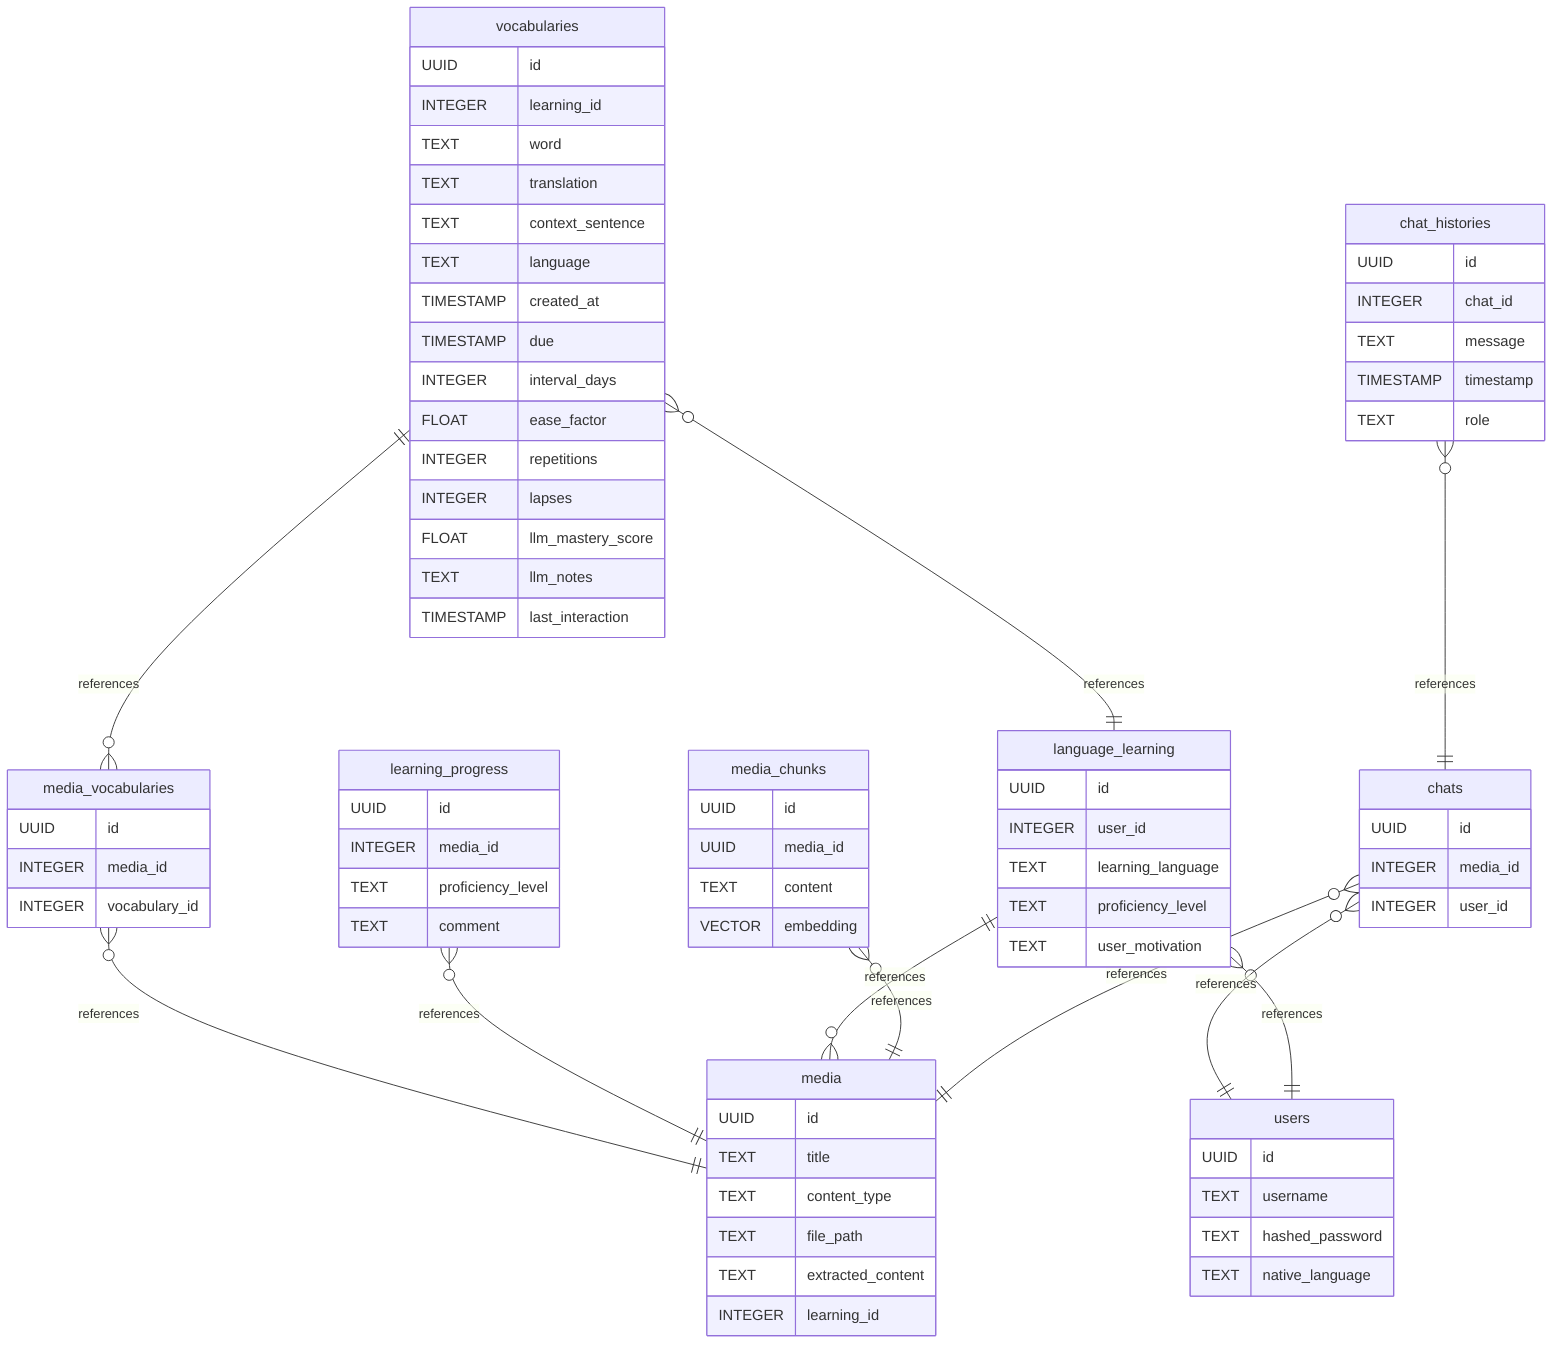
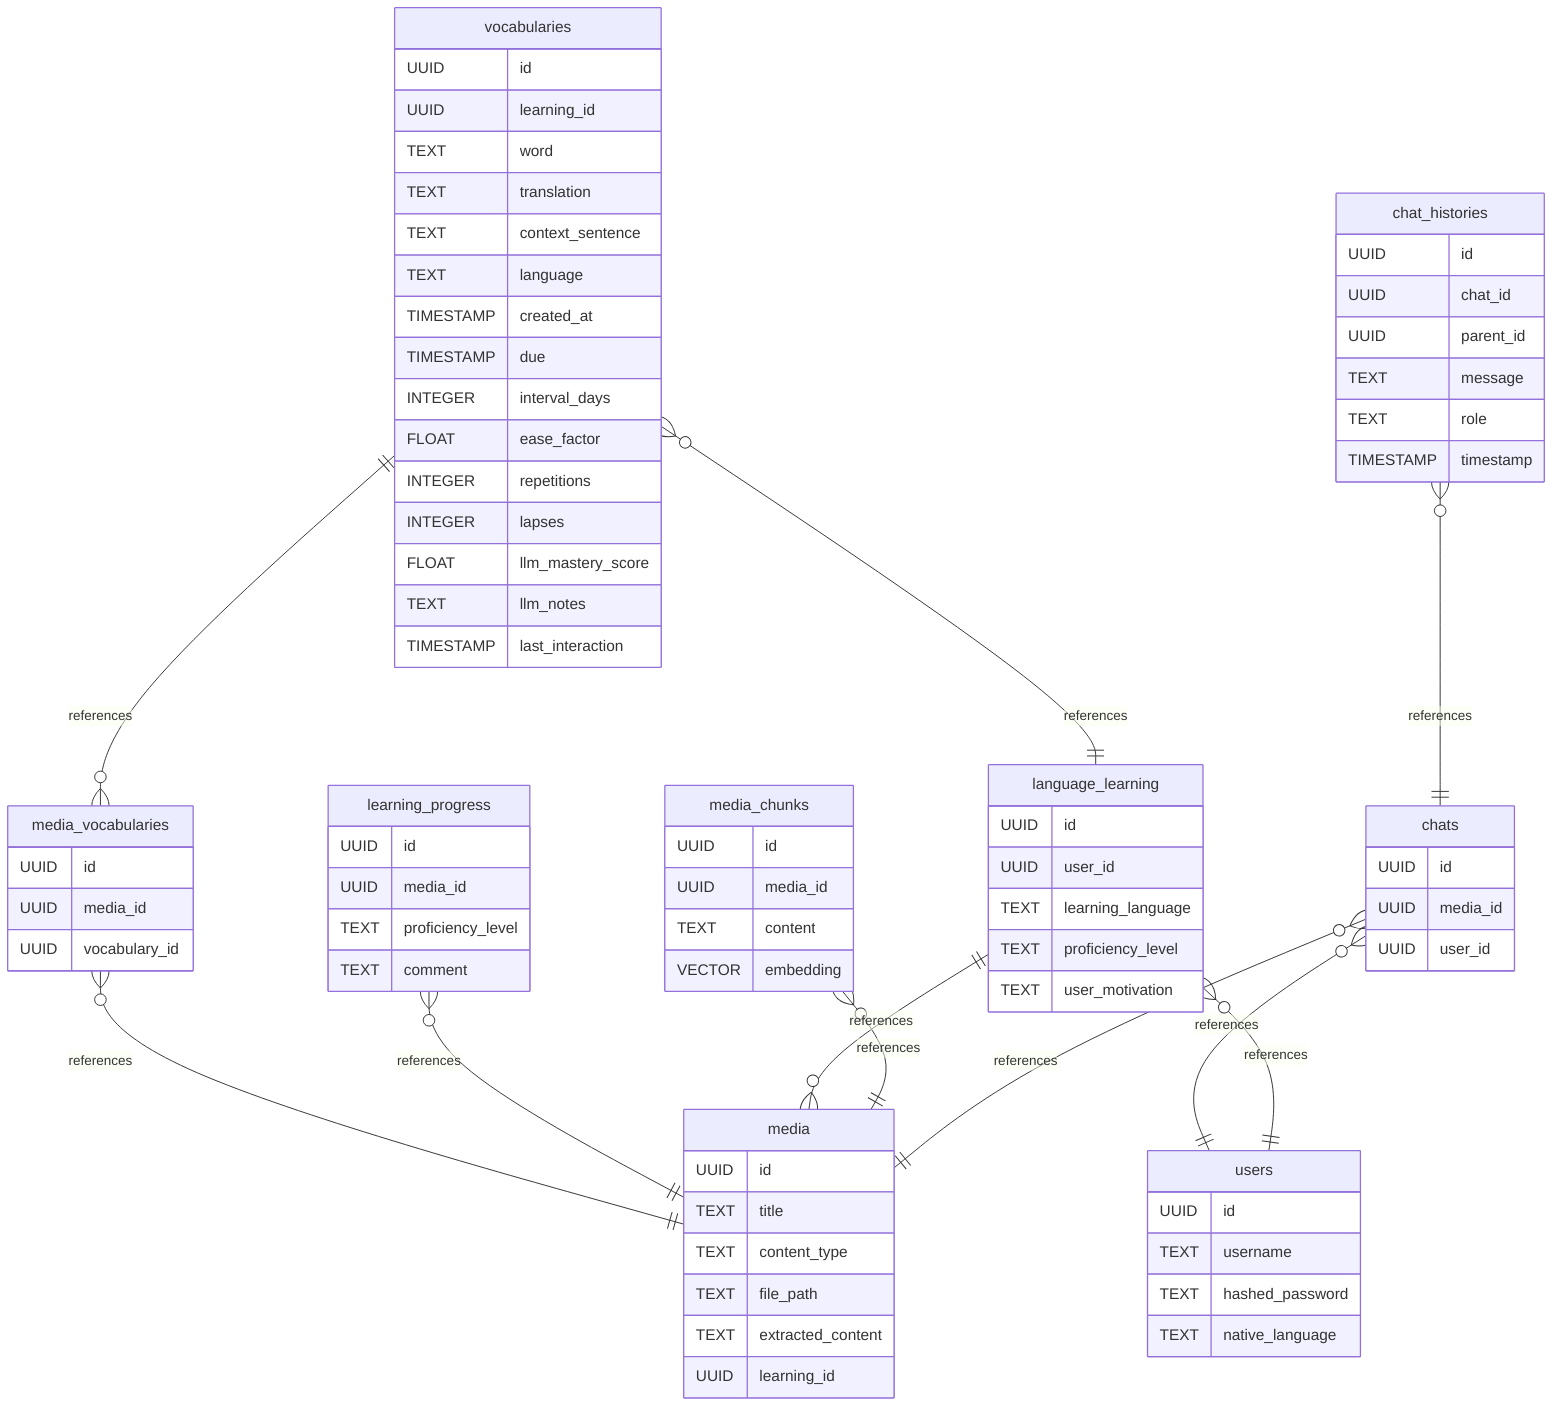
erDiagram
    chat_histories }o--|| chats: references
    chats }o--|| media: references
    media_chunks }o--|| media: references
    language_learning }o--|| users: references
    language_learning ||--o{ media: references
    learning_progress }o--|| media: references
    media_vocabularies }o--|| media: references
    vocabularies ||--o{ media_vocabularies: references
    vocabularies }o--|| language_learning: references
    chats }o--|| users: references

    users {
        UUID id
        TEXT username
        TEXT hashed_password
        TEXT native_language
    }

    media {
        UUID id
        TEXT title
        TEXT content_type
        TEXT file_path
        TEXT extracted_content
-         INTEGER learning_id
+         UUID learning_id
    }
    media_chunks {
        UUID id
        UUID media_id
        TEXT content
        VECTOR embedding
    }

    vocabularies {
        UUID id
-         INTEGER learning_id
+         UUID learning_id
        TEXT word
        TEXT translation
        TEXT context_sentence
        TEXT language
        TIMESTAMP created_at
        TIMESTAMP due
        INTEGER interval_days
        FLOAT ease_factor
        INTEGER repetitions
        INTEGER lapses
        FLOAT llm_mastery_score
        TEXT llm_notes
        TIMESTAMP last_interaction
    }

    chats {
        UUID id
-         INTEGER media_id
-         INTEGER user_id
+         UUID media_id
+         UUID user_id
    }

    chat_histories {
        UUID id
-         INTEGER chat_id
+         UUID chat_id
+         UUID parent_id
        TEXT message
+         TEXT role
        TIMESTAMP timestamp
-         TEXT role
    }

    language_learning {
        UUID id
-         INTEGER user_id
+         UUID user_id
        TEXT learning_language
        TEXT proficiency_level
        TEXT user_motivation
    }

    learning_progress {
        UUID id
-         INTEGER media_id
+         UUID media_id
        TEXT proficiency_level
        TEXT comment
    }

    media_vocabularies {
        UUID id
-         INTEGER media_id
-         INTEGER vocabulary_id
+         UUID media_id
+         UUID vocabulary_id
    }